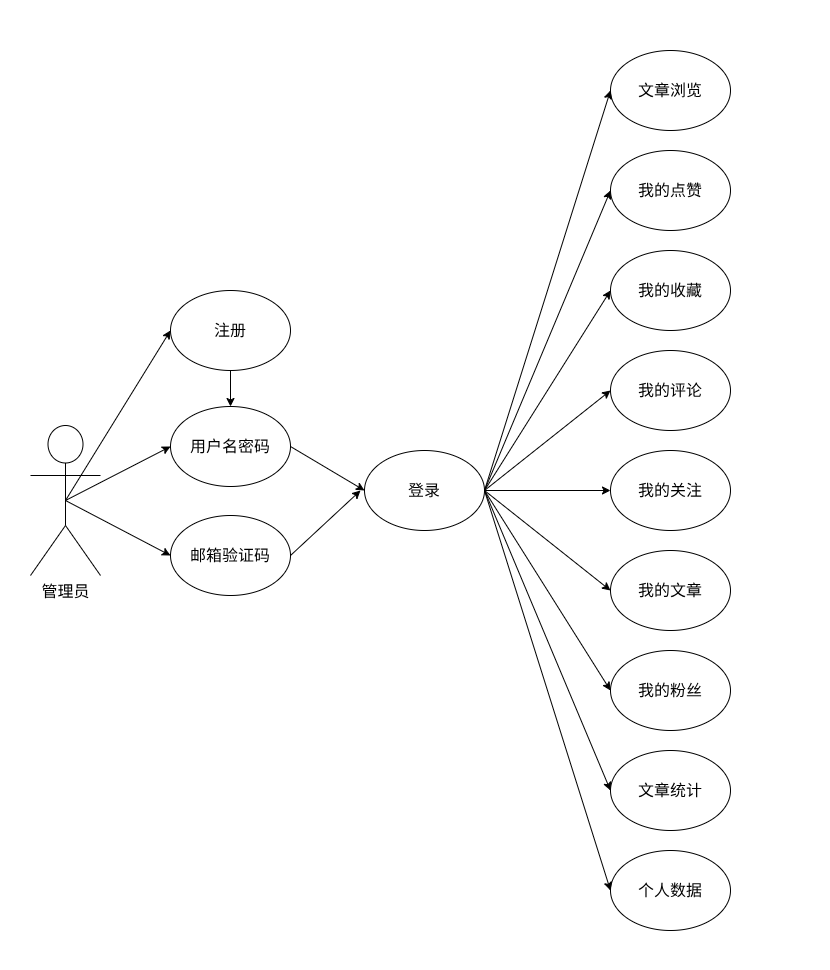
hongch666/mix-web-demo keeps this draw.io diagram as static/pic/uml_user.drawio.png. Above is the earlier version. Source tidied: cells renumbered, new cells last; positions are measured from the earlier drawing's top-left corner, leaving out a move shared by most shapes.
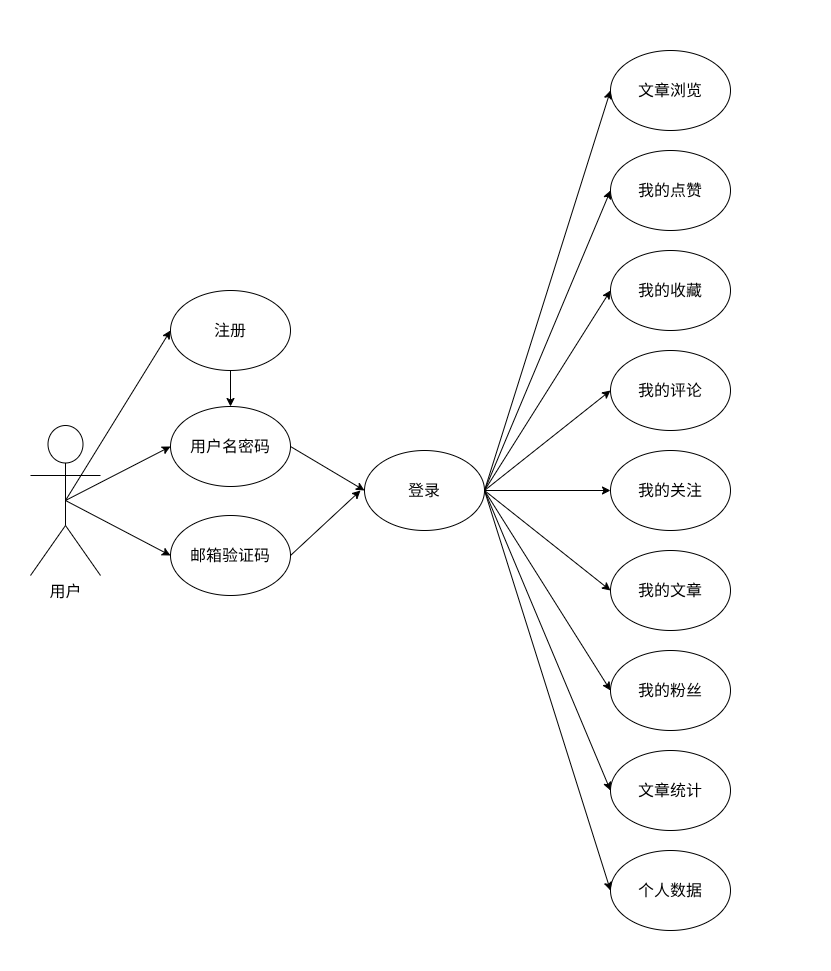
The same diagram one commit later.

The edit, as a diff of the source:
```diff
@@ -86,7 +86,7 @@
     <mxCell id="29" style="edgeStyle=none;html=1;exitX=0.5;exitY=0.5;exitDx=0;exitDy=0;exitPerimeter=0;entryX=0;entryY=0.5;entryDx=0;entryDy=0;" parent="1" edge="1" source="30" target="13">
       <mxGeometry relative="1" as="geometry" />
     </mxCell>
-    <mxCell id="30" value="管理员" style="shape=umlActor;verticalLabelPosition=bottom;verticalAlign=top;outlineConnect=0;html=1;direction=east;fontSize=16;" parent="1" vertex="1">
+    <mxCell id="30" value="用户" style="shape=umlActor;verticalLabelPosition=bottom;verticalAlign=top;outlineConnect=0;html=1;direction=east;fontSize=16;" parent="1" vertex="1">
       <mxGeometry x="30" y="425" width="70" height="150" as="geometry" />
     </mxCell>
     <mxCell id="31" style="edgeStyle=none;html=1;exitX=1;exitY=0.5;exitDx=0;exitDy=0;entryX=0;entryY=0.5;entryDx=0;entryDy=0;" parent="1" edge="1" source="32" target="11">
```
